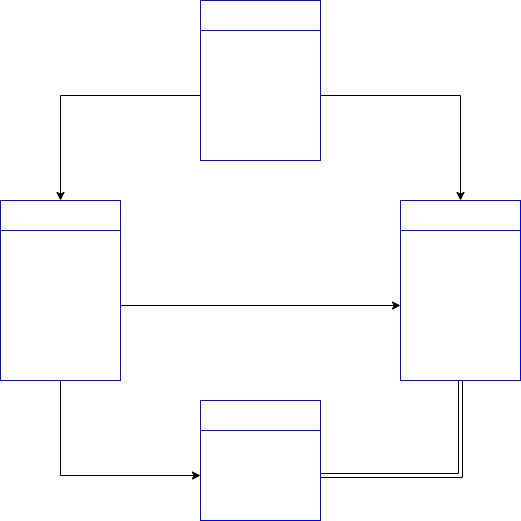
Before: db.png, a diagram exported from draw.io (apple4zcm/furima-35357). Source tidied: cells renumbered, new cells last; positions are measured from the earlier drawing's top-left corner, leaving out a move shared by most shapes.
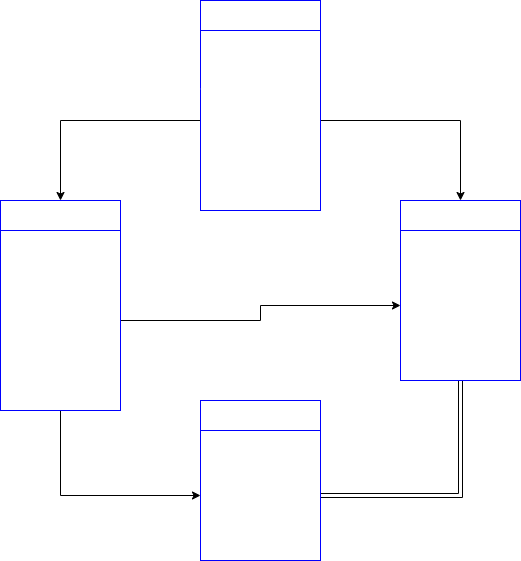
The same diagram one commit later.

Change to the diagram source:
```diff
@@ -11,8 +11,8 @@
     <mxCell id="4" style="edgeStyle=orthogonalEdgeStyle;rounded=0;jettySize=auto;html=1;exitX=1;exitY=0.5;exitDx=0;exitDy=0;entryX=0.5;entryY=0;entryDx=0;entryDy=0;fontColor=#FFFFFF;" parent="1" edge="1" source="5" target="10">
       <mxGeometry relative="1" as="geometry" />
     </mxCell>
-    <mxCell id="5" value="&lt;font size=&quot;3&quot;&gt;&lt;br&gt;name_kanji&lt;br&gt;name_kana&lt;br&gt;nickname&lt;br&gt;email&lt;br&gt;password&lt;br&gt;birthday&lt;br&gt;&lt;br&gt;&lt;/font&gt;" style="rounded=0;whiteSpace=wrap;html=1;fontColor=#FFFFFF;strokeColor=#0000FF;fillColor=none;verticalAlign=middle;" parent="1" vertex="1">
-      <mxGeometry x="200" y="30" width="120" height="130" as="geometry" />
+    <mxCell id="5" value="&lt;font size=&quot;3&quot;&gt;&lt;br&gt;first_name_kanji&lt;br&gt;last_name_kanji&lt;br&gt;first_name_kana&lt;br&gt;&lt;/font&gt;&lt;span style=&quot;font-size: medium&quot;&gt;last_name_kana&lt;/span&gt;&lt;font size=&quot;3&quot;&gt;&lt;br&gt;nickname&lt;br&gt;email&lt;br&gt;password&lt;br&gt;birthday&lt;br&gt;&lt;br&gt;&lt;/font&gt;" style="rounded=0;whiteSpace=wrap;html=1;fontColor=#FFFFFF;strokeColor=#0000FF;fillColor=none;verticalAlign=middle;" parent="1" vertex="1">
+      <mxGeometry x="200" y="30" width="120" height="180" as="geometry" />
     </mxCell>
     <mxCell id="6" value="&lt;font size=&quot;3&quot;&gt;items&lt;/font&gt;" style="rounded=0;whiteSpace=wrap;html=1;fontColor=#FFFFFF;strokeColor=#0000FF;fillColor=none;verticalAlign=middle;" parent="1" vertex="1">
       <mxGeometry y="200" width="120" height="30" as="geometry" />
@@ -23,8 +23,8 @@
     <mxCell id="8" style="edgeStyle=orthogonalEdgeStyle;rounded=0;jettySize=auto;html=1;exitX=0.5;exitY=1;exitDx=0;exitDy=0;entryX=0;entryY=0.5;entryDx=0;entryDy=0;fontColor=#FFFFFF;" parent="1" edge="1" source="9" target="14">
       <mxGeometry relative="1" as="geometry" />
     </mxCell>
-    <mxCell id="9" value="&lt;font size=&quot;3&quot;&gt;item_user&lt;br&gt;category&lt;br&gt;item_information&lt;br&gt;item_name&lt;br&gt;item_location&lt;br&gt;price&lt;br&gt;commetns&lt;br&gt;&lt;/font&gt;" style="rounded=0;whiteSpace=wrap;html=1;fontColor=#FFFFFF;strokeColor=#0000FF;fillColor=none;verticalAlign=middle;" parent="1" vertex="1">
-      <mxGeometry y="230" width="120" height="150" as="geometry" />
+    <mxCell id="9" value="&lt;font size=&quot;3&quot;&gt;user&lt;br&gt;category_id&lt;br&gt;item_information&lt;br&gt;item_condition&lt;br&gt;item_name&lt;br&gt;item_location&lt;br&gt;delivery_fee_id&lt;br&gt;delivery_date_id&lt;br&gt;&lt;/font&gt;&lt;font size=&quot;3&quot;&gt;price&lt;br&gt;&lt;/font&gt;" style="rounded=0;whiteSpace=wrap;html=1;fontColor=#FFFFFF;strokeColor=#0000FF;fillColor=none;verticalAlign=middle;" parent="1" vertex="1">
+      <mxGeometry y="230" width="120" height="180" as="geometry" />
     </mxCell>
     <mxCell id="10" value="&lt;font size=&quot;3&quot;&gt;purchases&lt;/font&gt;" style="rounded=0;whiteSpace=wrap;html=1;fontColor=#FFFFFF;strokeColor=#0000FF;fillColor=none;verticalAlign=middle;" parent="1" vertex="1">
       <mxGeometry x="400" y="200" width="120" height="30" as="geometry" />
@@ -32,14 +32,14 @@
     <mxCell id="11" style="edgeStyle=orthogonalEdgeStyle;shape=link;rounded=0;jettySize=auto;html=1;exitX=0.5;exitY=1;exitDx=0;exitDy=0;entryX=1;entryY=0.5;entryDx=0;entryDy=0;fontColor=#FFFFFF;" parent="1" edge="1" source="12" target="14">
       <mxGeometry relative="1" as="geometry" />
     </mxCell>
-    <mxCell id="12" value="&lt;font size=&quot;3&quot;&gt;user_address&lt;br&gt;user_telephone&lt;br&gt;&lt;/font&gt;" style="rounded=0;whiteSpace=wrap;html=1;fontColor=#FFFFFF;strokeColor=#0000FF;fillColor=none;verticalAlign=middle;" parent="1" vertex="1">
+    <mxCell id="12" value="&lt;font size=&quot;3&quot;&gt;user_id&lt;br&gt;item_information&lt;br&gt;price&lt;br&gt;&lt;/font&gt;" style="rounded=0;whiteSpace=wrap;html=1;fontColor=#FFFFFF;strokeColor=#0000FF;fillColor=none;verticalAlign=middle;" parent="1" vertex="1">
       <mxGeometry x="400" y="230" width="120" height="150" as="geometry" />
     </mxCell>
     <mxCell id="13" value="&lt;font size=&quot;3&quot;&gt;address&lt;/font&gt;" style="rounded=0;whiteSpace=wrap;html=1;fontColor=#FFFFFF;strokeColor=#0000FF;fillColor=none;verticalAlign=middle;" parent="1" vertex="1">
       <mxGeometry x="200" y="400" width="120" height="30" as="geometry" />
     </mxCell>
-    <mxCell id="14" value="&lt;font size=&quot;3&quot;&gt;address&lt;br&gt;telephone&lt;br&gt;&lt;/font&gt;" style="rounded=0;whiteSpace=wrap;html=1;fontColor=#FFFFFF;strokeColor=#0000FF;fillColor=none;verticalAlign=middle;" parent="1" vertex="1">
-      <mxGeometry x="200" y="430" width="120" height="90" as="geometry" />
+    <mxCell id="14" value="&lt;font size=&quot;3&quot;&gt;prefecture&lt;br&gt;municipality&lt;br&gt;house_number&lt;br&gt;building&lt;br&gt;postal_code&lt;br&gt;telephone&lt;br&gt;&lt;/font&gt;" style="rounded=0;whiteSpace=wrap;html=1;fontColor=#FFFFFF;strokeColor=#0000FF;fillColor=none;verticalAlign=middle;" parent="1" vertex="1">
+      <mxGeometry x="200" y="430" width="120" height="130" as="geometry" />
     </mxCell>
   </root>
 </mxGraphModel>
```
